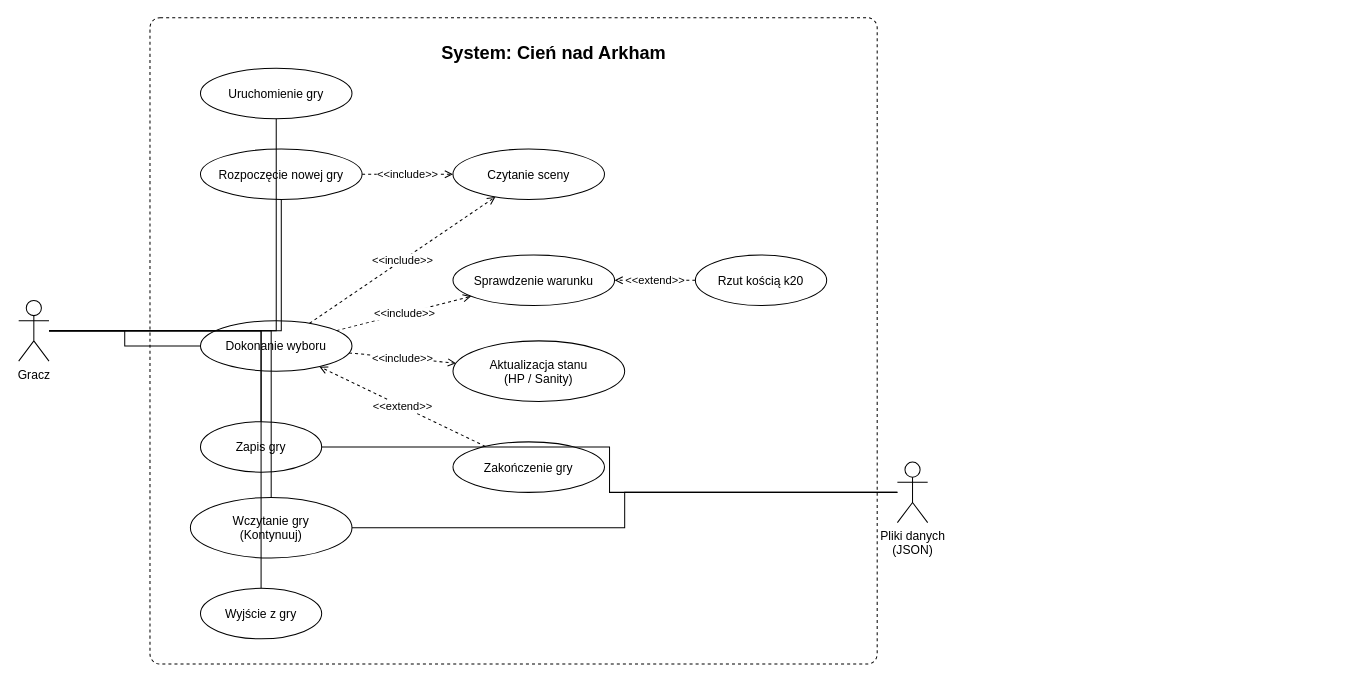
Above: docs/use_cases/UseCase_System.drawio in GKabat/cthulu-text-rpg (draw.io), before the change. Source tidied: cells renumbered, new cells numbered last; positions are measured from the earlier drawing's top-left corner, leaving out a move shared by most shapes. Both pictures are drawn from the tidied source at 101%, with x=0, y=0 at pixel (18, 17).
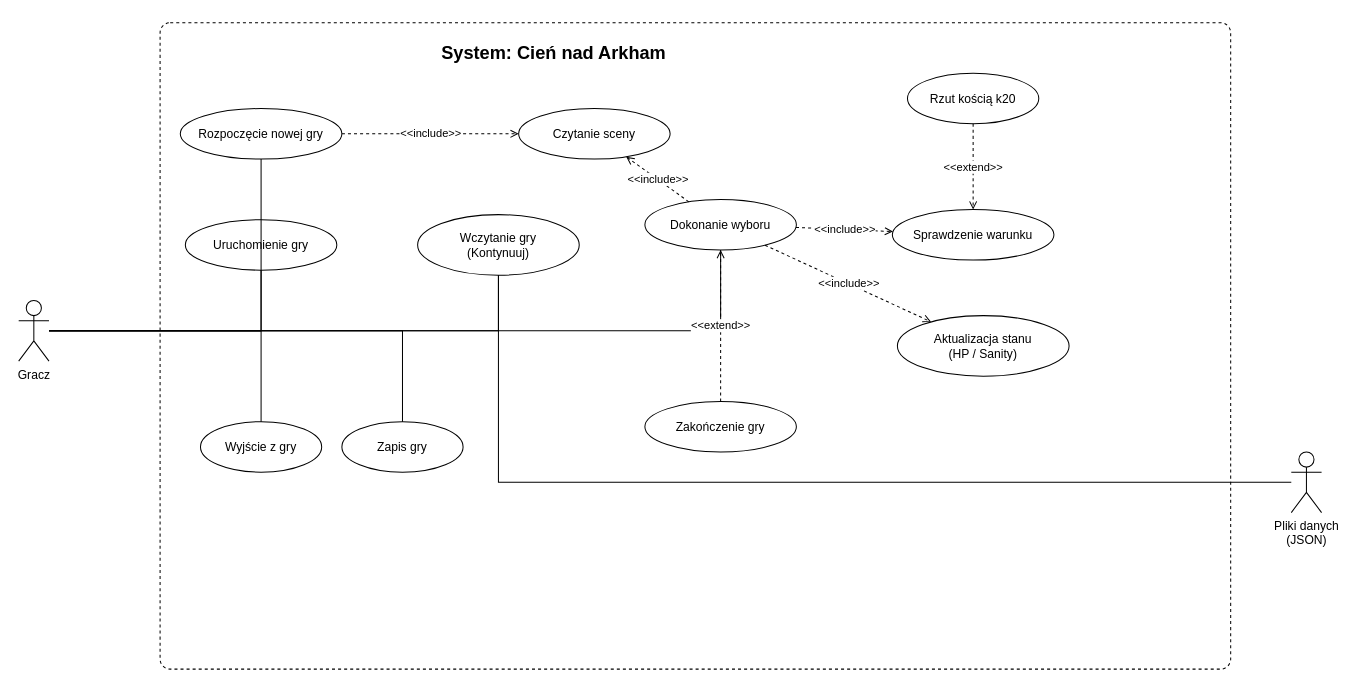
The same page after the edit.

Commit message (it also covers changes not shown here):
Dokumentacja: diagram klas, wymagania, Use Case, Karta projektu

Change to the diagram source:
```diff
@@
     <mxCell id="2" style="html=1;align=center;verticalAlign=top;rounded=1;absoluteArcSize=1;arcSize=20;dashed=1;whiteSpace=wrap;" parent="1" vertex="1">
-      <mxGeometry x="130" width="720" height="640" as="geometry" />
+      <mxGeometry x="140" y="5" width="1060" height="640" as="geometry" />
     </mxCell>
@@
     <mxCell id="5" value="Pliki danych&#10;(JSON)" style="shape=umlActor;verticalLabelPosition=bottom;verticalAlign=top;html=1;" parent="1" vertex="1">
-      <mxGeometry x="870" y="440" width="30" height="60" as="geometry" />
+      <mxGeometry x="1260" y="430" width="30" height="60" as="geometry" />
     </mxCell>
     <mxCell id="6" value="Uruchomienie gry" style="ellipse;" parent="1" vertex="1">
-      <mxGeometry x="180" y="50" width="150" height="50" as="geometry" />
+      <mxGeometry x="165" y="200" width="150" height="50" as="geometry" />
     </mxCell>
     <mxCell id="7" value="Rozpoczęcie nowej gry" style="ellipse;" parent="1" vertex="1">
-      <mxGeometry x="180" y="130" width="160" height="50" as="geometry" />
+      <mxGeometry x="160" y="90" width="160" height="50" as="geometry" />
     </mxCell>
     <mxCell id="8" value="Dokonanie wyboru" style="ellipse;" parent="1" vertex="1">
-      <mxGeometry x="180" y="300" width="150" height="50" as="geometry" />
+      <mxGeometry x="620" y="180" width="150" height="50" as="geometry" />
     </mxCell>
     <mxCell id="9" value="Zapis gry" style="ellipse;" parent="1" vertex="1">
-      <mxGeometry x="180" y="400" width="120" height="50" as="geometry" />
+      <mxGeometry x="320" y="400" width="120" height="50" as="geometry" />
     </mxCell>
     <mxCell id="10" value="Wczytanie gry&#10;(Kontynuuj)" style="ellipse;" parent="1" vertex="1">
-      <mxGeometry x="170" y="475" width="160" height="60" as="geometry" />
+      <mxGeometry x="395" y="195" width="160" height="60" as="geometry" />
     </mxCell>
     <mxCell id="11" value="Wyjście z gry" style="ellipse;" parent="1" vertex="1">
-      <mxGeometry x="180" y="565" width="120" height="50" as="geometry" />
+      <mxGeometry x="180" y="400" width="120" height="50" as="geometry" />
     </mxCell>
     <mxCell id="12" value="Czytanie sceny" style="ellipse;" parent="1" vertex="1">
-      <mxGeometry x="430" y="130" width="150" height="50" as="geometry" />
+      <mxGeometry x="495" y="90" width="150" height="50" as="geometry" />
     </mxCell>
     <mxCell id="13" value="Sprawdzenie warunku" style="ellipse;" parent="1" vertex="1">
-      <mxGeometry x="430" y="235" width="160" height="50" as="geometry" />
+      <mxGeometry x="865" y="190" width="160" height="50" as="geometry" />
     </mxCell>
     <mxCell id="14" value="Rzut kością k20" style="ellipse;" parent="1" vertex="1">
-      <mxGeometry x="670" y="235" width="130" height="50" as="geometry" />
+      <mxGeometry x="880" y="55" width="130" height="50" as="geometry" />
     </mxCell>
     <mxCell id="15" value="Aktualizacja stanu&#10;(HP / Sanity)" style="ellipse;" parent="1" vertex="1">
-      <mxGeometry x="430" y="320" width="170" height="60" as="geometry" />
+      <mxGeometry x="870" y="295" width="170" height="60" as="geometry" />
     </mxCell>
     <mxCell id="16" value="Zakończenie gry" style="ellipse;" parent="1" vertex="1">
-      <mxGeometry x="430" y="420" width="150" height="50" as="geometry" />
+      <mxGeometry x="620" y="380" width="150" height="50" as="geometry" />
     </mxCell>
@@
-    <mxCell id="23" style="edgeStyle=orthogonalEdgeStyle;rounded=0;jettySize=auto;html=1;endArrow=none;" parent="1" edge="1" source="5" target="9">
-      <mxGeometry relative="1" as="geometry" />
-    </mxCell>
```
